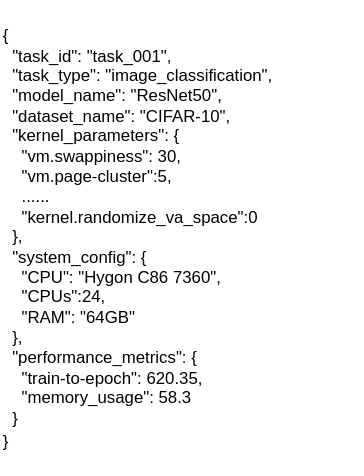
Dong-J93/_pictures keeps this draw.io diagram as 数据集格式.svg. Above is the earlier version. Source tidied: cells renumbered, new cells last; positions are measured from the earlier drawing's top-left corner, leaving out a move shared by most shapes.
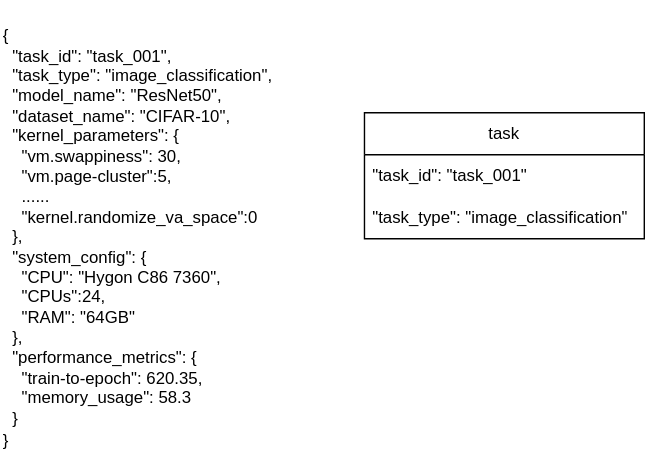
Later version of the same file.

Commit message:
更新数据集格式.svg

Change to the diagram source:
```diff
@@ -5,5 +5,14 @@
     <mxCell id="2" value="&lt;div&gt;{&lt;/div&gt;&lt;div&gt;&amp;nbsp; &quot;task_id&quot;: &quot;task_001&quot;,&lt;/div&gt;&lt;div&gt;&amp;nbsp; &quot;task_type&quot;: &quot;image_classification&quot;,&lt;/div&gt;&lt;div&gt;&amp;nbsp; &quot;model_name&quot;: &quot;ResNet50&quot;,&lt;/div&gt;&lt;div&gt;&amp;nbsp; &quot;dataset_name&quot;: &quot;CIFAR-10&quot;,&lt;/div&gt;&lt;div&gt;&amp;nbsp; &quot;kernel_parameters&quot;: {&lt;/div&gt;&lt;div&gt;&amp;nbsp; &amp;nbsp; &quot;vm.swappiness&quot;: 30,&lt;/div&gt;&lt;div&gt;&amp;nbsp; &amp;nbsp; &quot;vm.page-cluster&quot;:5,&lt;/div&gt;&lt;div&gt;&amp;nbsp; &amp;nbsp; ......&lt;/div&gt;&lt;div&gt;&amp;nbsp; &amp;nbsp; &quot;kernel.randomize_va_space&quot;:0&lt;/div&gt;&lt;div&gt;&amp;nbsp; },&lt;/div&gt;&lt;div&gt;&amp;nbsp; &quot;system_config&quot;: {&lt;/div&gt;&lt;div&gt;&amp;nbsp; &amp;nbsp; &quot;CPU&quot;: &quot;Hygon C86 7360&quot;,&lt;/div&gt;&lt;div&gt;&amp;nbsp; &amp;nbsp; &quot;CPUs&quot;:24,&lt;/div&gt;&lt;div&gt;&amp;nbsp; &amp;nbsp; &quot;RAM&quot;: &quot;64GB&quot;&lt;/div&gt;&lt;div&gt;&amp;nbsp; },&lt;/div&gt;&lt;div&gt;&amp;nbsp; &quot;performance_metrics&quot;: {&lt;/div&gt;&lt;div&gt;&amp;nbsp; &amp;nbsp; &quot;train-to-epoch&quot;&lt;span style=&quot;background-color: transparent; color: light-dark(rgb(0, 0, 0), rgb(255, 255, 255));&quot;&gt;: 620.35,&lt;/span&gt;&lt;/div&gt;&lt;div&gt;&amp;nbsp; &amp;nbsp; &quot;memory_usage&quot;: 58.3&lt;/div&gt;&lt;div&gt;&amp;nbsp; }&lt;/div&gt;&lt;div&gt;}&lt;span style=&quot;background-color: light-dark(rgba(0, 0, 0, 0), rgb(237, 237, 237)); color: light-dark(rgb(202, 202, 202), rgb(63, 63, 63)); font-family: Consolas, monospace-fallback, &amp;quot;monospace&amp;quot;; font-size: 14px;&quot;&gt;&lt;/span&gt;&lt;/div&gt;" style="text;html=1;align=left;verticalAlign=middle;whiteSpace=wrap;rounded=0;" parent="1" vertex="1">
       <mxGeometry width="260" height="340" as="geometry" />
     </mxCell>
+    <mxCell id="3" value="task" style="swimlane;fontStyle=0;horizontal=1;startSize=30;whiteSpace=wrap;html=1;" parent="1" vertex="1">
+      <mxGeometry x="260" y="80" width="200" height="90" as="geometry" />
+    </mxCell>
+    <mxCell id="4" value="&lt;div&gt;&quot;task_id&quot;: &quot;task_001&quot;&lt;/div&gt;" style="text;strokeColor=none;fillColor=none;align=left;verticalAlign=middle;spacingLeft=4;spacingRight=4;overflow=hidden;whiteSpace=wrap;html=1;" parent="3" vertex="1">
+      <mxGeometry y="30" width="200" height="30" as="geometry" />
+    </mxCell>
+    <mxCell id="5" value="&quot;task_type&quot;: &quot;image_classification&quot;" style="text;strokeColor=none;fillColor=none;align=left;verticalAlign=middle;spacingLeft=4;spacingRight=4;overflow=hidden;whiteSpace=wrap;html=1;" parent="3" vertex="1">
+      <mxGeometry y="60" width="200" height="30" as="geometry" />
+    </mxCell>
   </root>
 </mxGraphModel>
```
